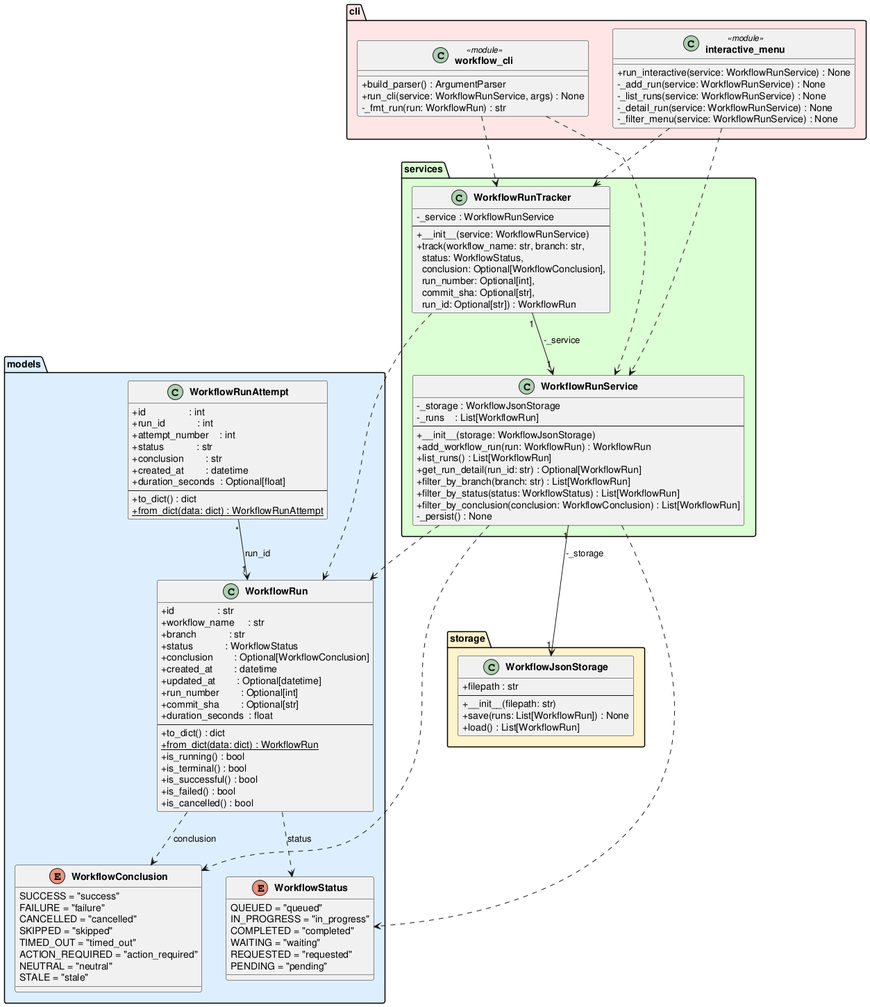
DanielRiha8906/Software_autoevolution_using_agents keeps this PlantUML diagram as experiments/supervisor_as_tools/test_driven/github-workflow-manager/artifacts/class_diagram.png. Above is the earlier version.
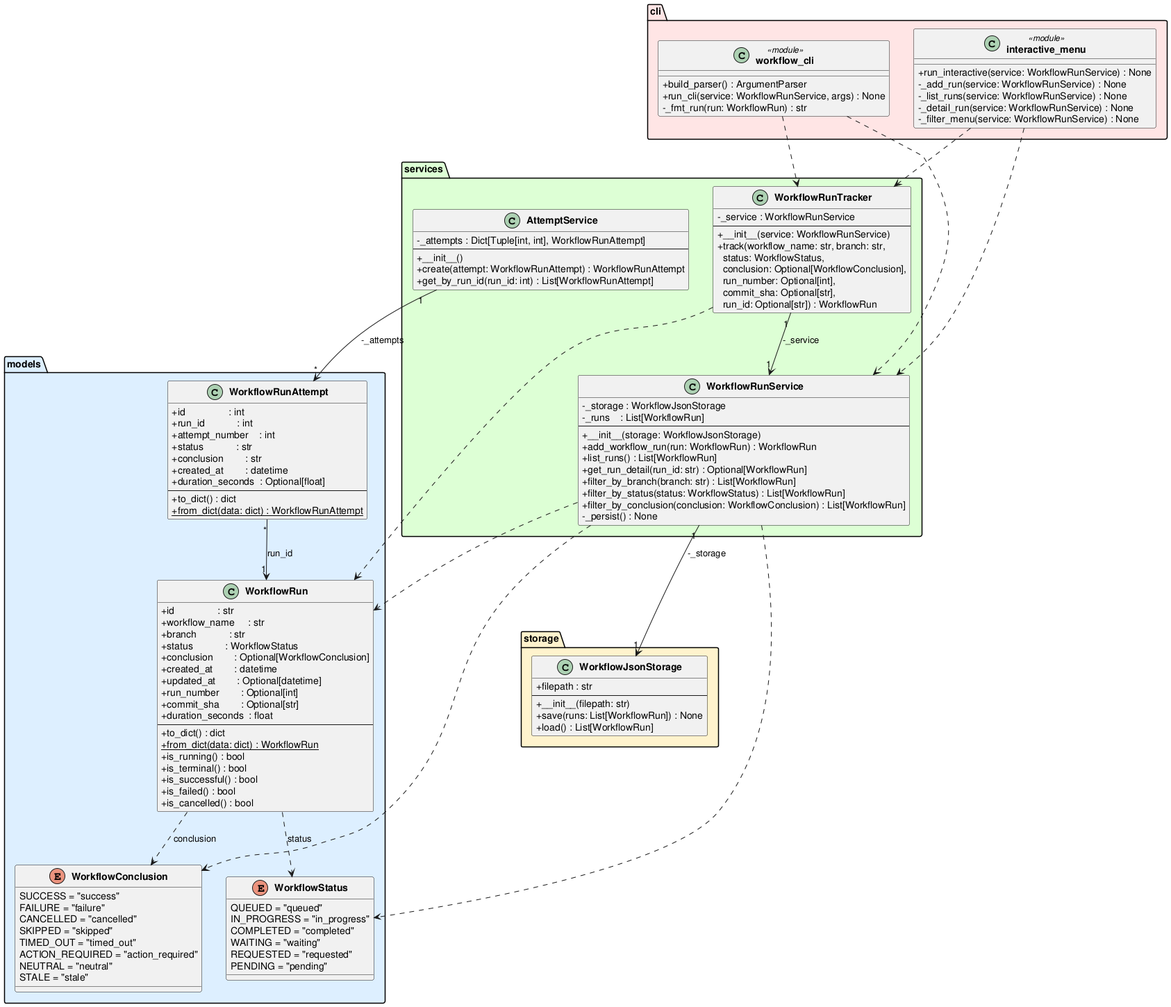
The same file after the commit.

Diff of the diagram source:
```diff
@@ -90,6 +90,14 @@
         +__init__(service: WorkflowRunService)
         +track(workflow_name: str, branch: str,\n  status: WorkflowStatus,\n  conclusion: Optional[WorkflowConclusion],\n  run_number: Optional[int],\n  commit_sha: Optional[str],\n  run_id: Optional[str]) : WorkflowRun
     }
+
+    class AttemptService {
+        -_attempts : Dict[Tuple[int, int], WorkflowRunAttempt]
+        --
+        +__init__()
+        +create(attempt: WorkflowRunAttempt) : WorkflowRunAttempt
+        +get_by_run_id(run_id: int) : List[WorkflowRunAttempt]
+    }
 }
 
 package "cli" #FFE5E5 {
@@ -117,6 +125,7 @@
 WorkflowRunService         ..>  WorkflowConclusion
 WorkflowRunTracker    "1" --> "1" WorkflowRunService  : -_service
 WorkflowRunTracker         ..>  WorkflowRun
+AttemptService       "1" --> "*" WorkflowRunAttempt   : -_attempts
 "workflow_cli"             ..>  WorkflowRunService
 "workflow_cli"             ..>  WorkflowRunTracker
 "interactive_menu"         ..>  WorkflowRunService
```
